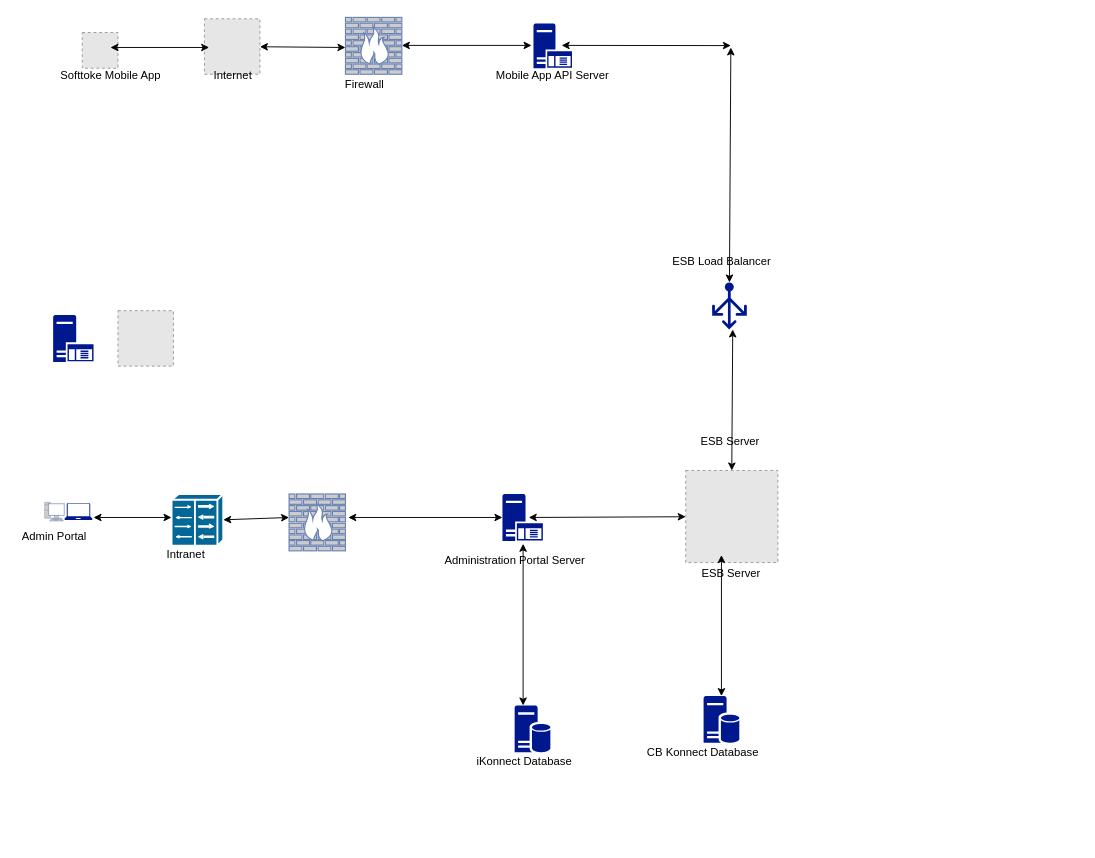
Above: iKonnect SAD.drawio in embula/org-mydiagrams (draw.io), before the change. Source tidied: cells renumbered, new cells numbered last; positions are measured from the earlier drawing's top-left corner, leaving out a move shared by most shapes. Both pictures are drawn from the tidied source at 94%, with x=0, y=0 at pixel (16, 17). Pictures stored in the file or linked from it are replaced by grey dashed boxes.
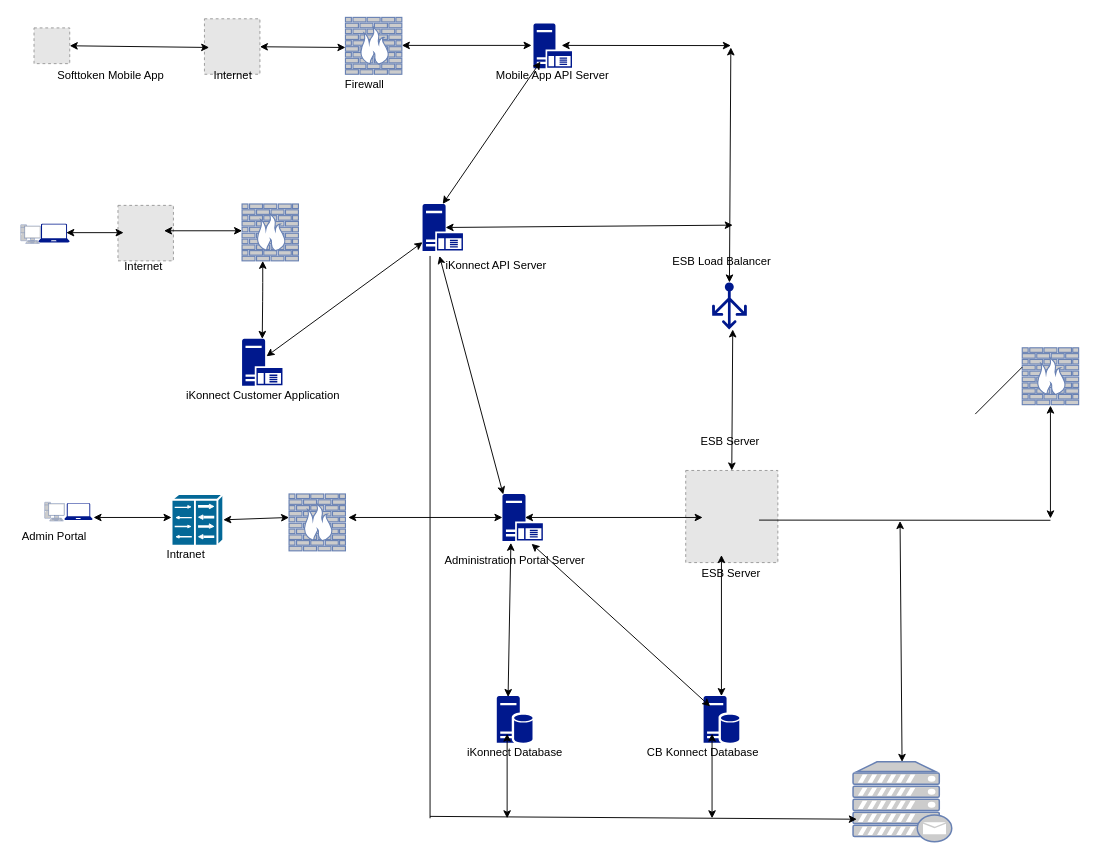
After the change.

The change refers to these unchanged cells:
```xml
<mxCell id="3" style="shadow=0;dashed=0;html=1;strokeColor=none;labelPosition=center;verticalLabelPosition=bottom;verticalAlign=top;align=center;fillColor=#00188D;shape=mxgraph.mscae.enterprise.application_server;" parent="1" vertex="1">
  <mxGeometry x="517" y="507" width="43" height="50" as="geometry" />
</mxCell>
<mxCell id="5" style="fillColor=#E6E6E6;strokeColor=#999999;dashed=1;html=1;verticalAlign=top;verticalLabelPosition=bottom;labelBackgroundColor=#ffffff;" parent="1" vertex="1">
  <mxGeometry x="712" y="482" width="98" height="98" as="geometry" />
</mxCell>
<mxCell id="31" style="shadow=0;dashed=0;html=1;strokeColor=none;labelPosition=center;verticalLabelPosition=bottom;verticalAlign=top;align=center;fillColor=#00188D;shape=mxgraph.mscae.enterprise.database_server;" parent="1" vertex="1">
  <mxGeometry x="731" y="722" width="38" height="50" as="geometry" />
</mxCell>
```

Diff of the diagram source:
```diff
@@
-    <mxCell id="4" style="shadow=0;dashed=0;html=1;strokeColor=none;labelPosition=center;verticalLabelPosition=bottom;verticalAlign=top;align=center;fillColor=#00188D;shape=mxgraph.mscae.enterprise.application_server;" parent="1" vertex="1">
-      <mxGeometry x="39" y="316.5" width="43" height="50" as="geometry" />
-    </mxCell>
@@
     <mxCell id="6" style="fillColor=#E6E6E6;strokeColor=#999999;dashed=1;html=1;verticalAlign=top;verticalLabelPosition=bottom;labelBackgroundColor=#ffffff;" parent="1" vertex="1">
-      <mxGeometry x="70" y="16.1" width="38" height="38" as="geometry" />
+      <mxGeometry x="18.7" y="11.2" width="38" height="38" as="geometry" />
     </mxCell>
@@
-    <mxCell id="16" value="Softtoke Mobile App" style="text;html=1;align=center;verticalAlign=middle;" parent="1" vertex="1">
+    <mxCell id="16" value="Softtoken Mobile App" style="text;html=1;align=center;verticalAlign=middle;" parent="1" vertex="1">
       <mxGeometry x="40" y="52" width="120" height="20" as="geometry" />
     </mxCell>
@@
-    <mxCell id="20" style="endArrow=classic;startArrow=classic;html=1;" parent="1" edge="1">
+    <mxCell id="20" style="endArrow=classic;startArrow=classic;html=1;exitX=1;exitY=0.5;exitDx=0;exitDy=0;" parent="1" edge="1" source="6">
       <mxGeometry relative="1" as="geometry">
-        <mxPoint x="100" y="32" as="sourcePoint" />
         <mxPoint x="205" y="32" as="targetPoint" />
       </mxGeometry>
     </mxCell>
@@
     <mxCell id="23" style="shadow=0;dashed=0;html=1;strokeColor=none;labelPosition=center;verticalLabelPosition=bottom;verticalAlign=top;align=center;fillColor=#00188D;shape=mxgraph.azure.laptop;" parent="1" vertex="1">
-      <mxGeometry x="51" y="516.8" width="30" height="18" as="geometry" />
+      <mxGeometry x="23.3" y="219.5" width="33.3" height="20" as="geometry" />
     </mxCell>
     <mxCell id="24" style="fillColor=#E6E6E6;strokeColor=#999999;dashed=1;html=1;verticalAlign=top;verticalLabelPosition=bottom;labelBackgroundColor=#ffffff;" parent="1" vertex="1">
-      <mxGeometry x="108" y="312" width="59" height="59" as="geometry" />
+      <mxGeometry x="108" y="200" width="59" height="59" as="geometry" />
     </mxCell>
@@
     <mxCell id="26" style="fontColor=#0066CC;verticalAlign=top;verticalLabelPosition=bottom;labelPosition=center;align=center;html=1;outlineConnect=0;fillColor=#CCCCCC;strokeColor=#6881B3;gradientColor=none;gradientDirection=north;strokeWidth=2;shape=mxgraph.networks.firewall;" parent="1" vertex="1">
-      <mxGeometry x="290" y="507" width="60" height="60.5" as="geometry" />
+      <mxGeometry x="240" y="198.5" width="60" height="60.5" as="geometry" />
     </mxCell>
@@
-    <mxCell id="30" style="endArrow=classic;startArrow=classic;html=1;" parent="1" edge="1" target="5">
-      <mxGeometry relative="1" as="geometry">
-        <mxPoint x="545" y="532" as="sourcePoint" />
-      </mxGeometry>
-    </mxCell>
@@
     <mxCell id="32" style="shadow=0;dashed=0;html=1;strokeColor=none;labelPosition=center;verticalLabelPosition=bottom;verticalAlign=top;align=center;fillColor=#00188D;shape=mxgraph.mscae.enterprise.database_server;" parent="1" vertex="1">
-      <mxGeometry x="530" y="732" width="38" height="50" as="geometry" />
+      <mxGeometry x="511" y="722" width="38" height="50" as="geometry" />
     </mxCell>
-    <mxCell id="33" style="endArrow=classic;startArrow=classic;html=1;" parent="1" edge="1">
-      <mxGeometry relative="1" as="geometry">
-        <mxPoint x="539" y="732" as="sourcePoint" />
-        <mxPoint x="539" y="560" as="targetPoint" />
-      </mxGeometry>
+    <mxCell id="33" style="endArrow=classic;startArrow=classic;html=1;entryX=0.209;entryY=1.04;entryDx=0;entryDy=0;entryPerimeter=0;exitX=0.316;exitY=0.02;exitDx=0;exitDy=0;exitPerimeter=0;" parent="1" edge="1" source="32" target="3">
+      <mxGeometry relative="1" as="geometry" />
     </mxCell>
@@
     <mxCell id="38" value="iKonnect Database" style="text;html=1;align=center;verticalAlign=middle;" parent="1" vertex="1">
-      <mxGeometry x="485" y="782" width="110" height="20" as="geometry" />
+      <mxGeometry x="475" y="772" width="110" height="20" as="geometry" />
     </mxCell>
@@
+    <mxCell id="41" style="endArrow=classic;startArrow=classic;html=1;exitX=0.184;exitY=0.22;exitDx=0;exitDy=0;exitPerimeter=0;entryX=0.721;entryY=1.06;entryDx=0;entryDy=0;entryPerimeter=0;" parent="1" edge="1" source="31" target="3">
+      <mxGeometry relative="1" as="geometry" />
+    </mxCell>
+    <mxCell id="42" style="endArrow=classic;startArrow=classic;html=1;" parent="1" edge="1">
+      <mxGeometry relative="1" as="geometry">
+        <mxPoint x="541" y="532" as="sourcePoint" />
+        <mxPoint x="730" y="532" as="targetPoint" />
+      </mxGeometry>
+    </mxCell>
+    <mxCell id="43" style="shadow=0;dashed=0;html=1;strokeColor=none;labelPosition=center;verticalLabelPosition=bottom;verticalAlign=top;align=center;fillColor=#00188D;shape=mxgraph.mscae.enterprise.application_server;" parent="1" vertex="1">
+      <mxGeometry x="240" y="342" width="43" height="50" as="geometry" />
+    </mxCell>
+    <mxCell id="44" style="endArrow=classic;startArrow=classic;html=1;exitX=0.57;exitY=0.5;exitDx=0;exitDy=0;exitPerimeter=0;" parent="1" edge="1" source="4">
+      <mxGeometry relative="1" as="geometry">
+        <mxPoint x="762" y="221" as="targetPoint" />
+      </mxGeometry>
+    </mxCell>
+    <mxCell id="45" value="iKonnect Customer Application" style="text;html=1;align=center;verticalAlign=middle;" parent="1" vertex="1">
+      <mxGeometry x="171.5" y="392" width="180" height="20" as="geometry" />
+    </mxCell>
+    <mxCell id="46" value="iKonnect API Server" style="text;html=1;align=center;verticalAlign=middle;" parent="1" vertex="1">
+      <mxGeometry x="450" y="253.8" width="120" height="20" as="geometry" />
+    </mxCell>
+    <mxCell id="47" style="endArrow=classic;startArrow=classic;html=1;exitX=0.5;exitY=0;exitDx=0;exitDy=0;exitPerimeter=0;" parent="1" edge="1" source="4">
+      <mxGeometry relative="1" as="geometry">
+        <mxPoint x="557.5" y="47" as="targetPoint" />
+      </mxGeometry>
+    </mxCell>
+    <mxCell id="48" style="endArrow=classic;startArrow=classic;html=1;exitX=0.712;exitY=0.373;exitDx=0;exitDy=0;exitPerimeter=0;" parent="1" edge="1">
+      <mxGeometry relative="1" as="geometry">
+        <mxPoint x="157" y="227" as="sourcePoint" />
+        <mxPoint x="240" y="227" as="targetPoint" />
+      </mxGeometry>
+    </mxCell>
+    <mxCell id="49" style="fontColor=#0066CC;verticalAlign=top;verticalLabelPosition=bottom;labelPosition=center;align=center;html=1;fillColor=#CCCCCC;strokeColor=#6881B3;gradientColor=none;gradientDirection=north;strokeWidth=2;shape=mxgraph.networks.pc;" parent="1" vertex="1">
+      <mxGeometry x="4.5" y="220.5" width="21" height="20" as="geometry" />
+    </mxCell>
+    <mxCell id="50" style="shadow=0;dashed=0;html=1;strokeColor=none;labelPosition=center;verticalLabelPosition=bottom;verticalAlign=top;align=center;fillColor=#00188D;shape=mxgraph.azure.laptop;" parent="1" vertex="1">
+      <mxGeometry x="51" y="516.8" width="30" height="18" as="geometry" />
+    </mxCell>
+    <mxCell id="51" style="endArrow=classic;startArrow=classic;html=1;" parent="1" edge="1">
+      <mxGeometry relative="1" as="geometry">
+        <mxPoint x="53" y="229" as="sourcePoint" />
+        <mxPoint x="114" y="229" as="targetPoint" />
+      </mxGeometry>
+    </mxCell>
+    <mxCell id="4" style="shadow=0;dashed=0;html=1;strokeColor=none;labelPosition=center;verticalLabelPosition=bottom;verticalAlign=top;align=center;fillColor=#00188D;shape=mxgraph.mscae.enterprise.application_server;" parent="1" vertex="1">
+      <mxGeometry x="432" y="198.5" width="43" height="50" as="geometry" />
+    </mxCell>
+    <mxCell id="52" style="endArrow=classic;startArrow=classic;html=1;exitX=0.605;exitY=0.37;exitDx=0;exitDy=0;exitPerimeter=0;" parent="1" edge="1" source="43" target="4">
+      <mxGeometry relative="1" as="geometry" />
+    </mxCell>
+    <mxCell id="53" style="endArrow=classic;startArrow=classic;html=1;" parent="1" edge="1">
+      <mxGeometry relative="1" as="geometry">
+        <mxPoint x="522" y="852" as="sourcePoint" />
+        <mxPoint x="522" y="762" as="targetPoint" />
+      </mxGeometry>
+    </mxCell>
+    <mxCell id="54" style="endArrow=classic;startArrow=classic;html=1;" parent="1" edge="1">
+      <mxGeometry relative="1" as="geometry">
+        <mxPoint x="740" y="852" as="sourcePoint" />
+        <mxPoint x="740" y="762" as="targetPoint" />
+      </mxGeometry>
+    </mxCell>
+    <mxCell id="55" value="Internet" style="text;html=1;align=center;verticalAlign=middle;" parent="1" vertex="1">
+      <mxGeometry x="110" y="254.5" width="50" height="20" as="geometry" />
+    </mxCell>
+    <mxCell id="56" style="fontColor=#0066CC;verticalAlign=top;verticalLabelPosition=bottom;labelPosition=center;align=center;html=1;fillColor=#CCCCCC;strokeColor=#6881B3;gradientColor=none;gradientDirection=north;strokeWidth=2;shape=mxgraph.networks.firewall;" parent="1" vertex="1">
+      <mxGeometry x="290" y="507" width="60" height="60.5" as="geometry" />
+    </mxCell>
+    <mxCell id="57" style="endArrow=classic;startArrow=classic;html=1;entryX=0.367;entryY=1;entryDx=0;entryDy=0;entryPerimeter=0;exitX=0.5;exitY=0;exitDx=0;exitDy=0;exitPerimeter=0;" parent="1" edge="1" source="43" target="26">
+      <mxGeometry relative="1" as="geometry">
+        <Array as="points">
+          <mxPoint x="262" y="292" />
+        </Array>
+      </mxGeometry>
+    </mxCell>
+    <mxCell id="58" style="endArrow=none;html=1;" parent="1" edge="1">
+      <mxGeometry relative="1" as="geometry">
+        <mxPoint x="440" y="852" as="sourcePoint" />
+        <mxPoint x="440" y="253.8" as="targetPoint" />
+      </mxGeometry>
+    </mxCell>
+    <mxCell id="59" style="endArrow=classic;startArrow=classic;html=1;exitX=0.02;exitY=0.01;exitDx=0;exitDy=0;exitPerimeter=0;" parent="1" edge="1" source="3">
+      <mxGeometry relative="1" as="geometry">
+        <mxPoint x="450" y="253.8" as="targetPoint" />
+      </mxGeometry>
+    </mxCell>
+    <mxCell id="60" style="fontColor=#0066CC;verticalAlign=top;verticalLabelPosition=bottom;labelPosition=center;align=center;html=1;outlineConnect=0;fillColor=#CCCCCC;strokeColor=#6881B3;gradientColor=none;gradientDirection=north;strokeWidth=2;shape=mxgraph.networks.mail_server;" parent="1" vertex="1">
+      <mxGeometry x="890" y="792" width="105" height="85" as="geometry" />
+    </mxCell>
+    <mxCell id="61" style="endArrow=classic;html=1;" parent="1" edge="1">
+      <mxGeometry relative="1" as="geometry">
+        <mxPoint x="440" y="850" as="sourcePoint" />
+        <mxPoint x="894" y="853" as="targetPoint" />
+      </mxGeometry>
+    </mxCell>
+    <mxCell id="62" style="endArrow=none;html=1;" parent="1" edge="1">
+      <mxGeometry relative="1" as="geometry">
+        <mxPoint x="790" y="534.8" as="sourcePoint" />
+        <mxPoint x="1100" y="535" as="targetPoint" />
+      </mxGeometry>
+    </mxCell>
+    <mxCell id="63" style="endArrow=classic;startArrow=classic;html=1;" parent="1" edge="1" source="60">
+      <mxGeometry relative="1" as="geometry">
+        <mxPoint x="940" y="535.8" as="targetPoint" />
+      </mxGeometry>
+    </mxCell>
+    <mxCell id="64" style="fontColor=#0066CC;verticalAlign=top;verticalLabelPosition=bottom;labelPosition=center;align=center;html=1;fillColor=#CCCCCC;strokeColor=#6881B3;gradientColor=none;gradientDirection=north;strokeWidth=2;shape=mxgraph.networks.firewall;" parent="1" vertex="1">
+      <mxGeometry x="1070" y="351.5" width="60" height="60.5" as="geometry" />
+    </mxCell>
+    <mxCell id="65" style="endArrow=classic;startArrow=classic;html=1;" parent="1" edge="1">
+      <mxGeometry relative="1" as="geometry">
+        <mxPoint x="1100" y="533" as="sourcePoint" />
+        <mxPoint x="1100" y="413" as="targetPoint" />
+      </mxGeometry>
+    </mxCell>
+    <mxCell id="66" style="endArrow=none;html=1;" parent="1" edge="1">
+      <mxGeometry relative="1" as="geometry">
+        <mxPoint x="1020" y="422" as="sourcePoint" />
+        <mxPoint x="1070" y="372" as="targetPoint" />
+      </mxGeometry>
+    </mxCell>
```
